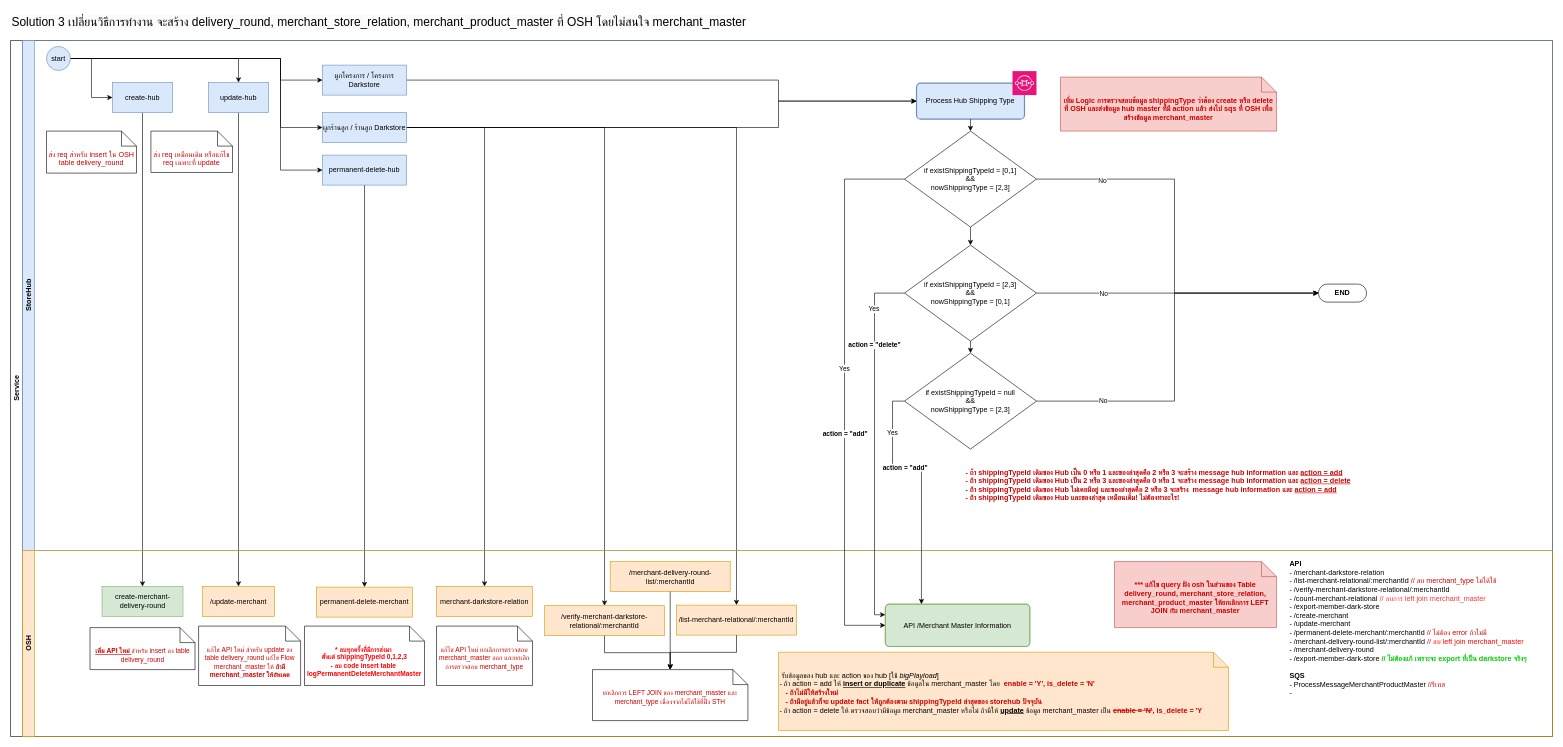
Above: page "หน้า-2" (2 of 2) of Flow-การส่งข้อมูล-merchant-master.drawio in peapong/draw.io-diagrams (draw.io), before the change. Source tidied: cells renumbered, new cells numbered last; positions are measured from the earlier drawing's top-left corner, leaving out a move shared by most shapes. Both pictures are drawn from the tidied source at 60%, with x=0, y=0 at pixel (10, 10).
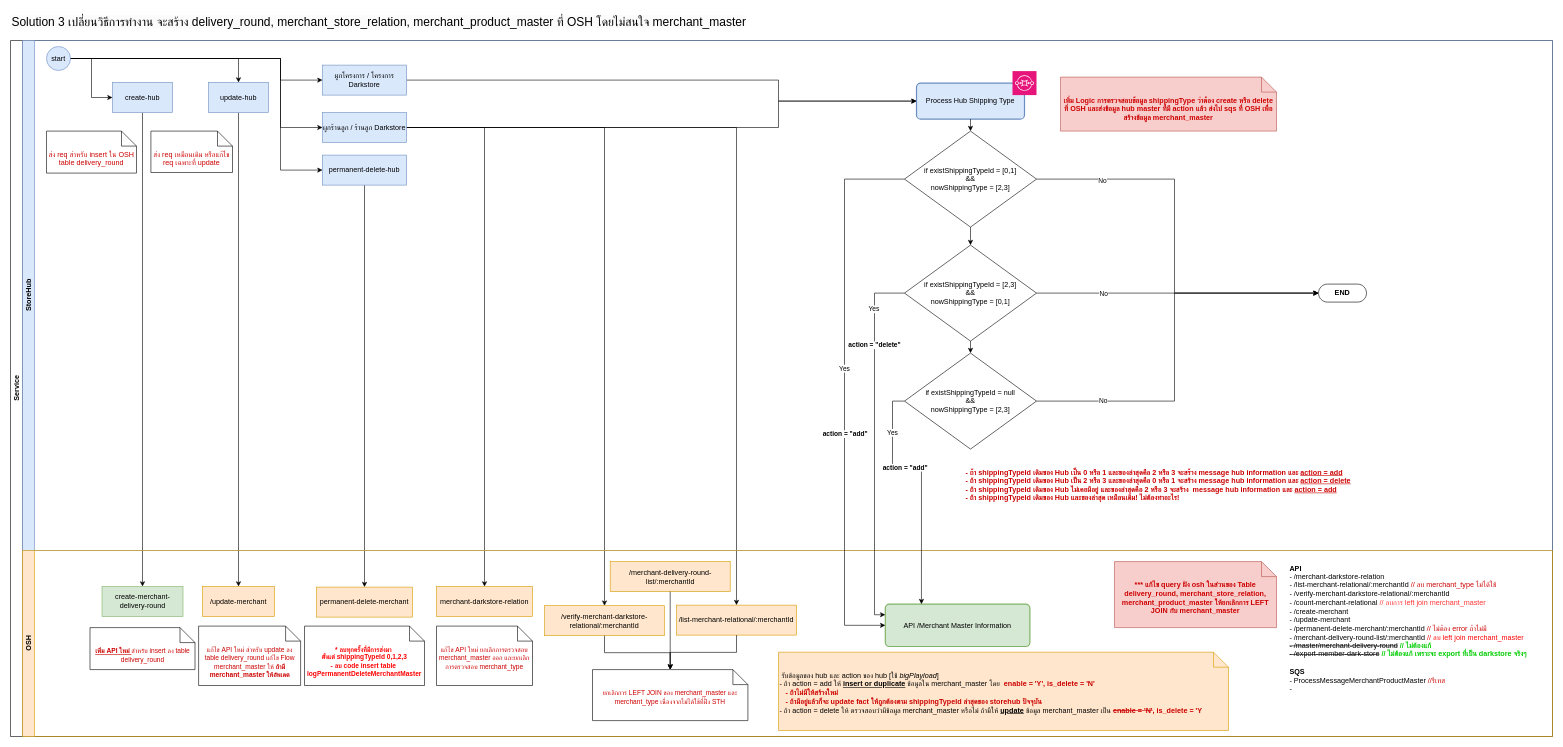
Above is the later version.

Unchanged cells that the change refers to:
```xml
<mxCell id="44" value="OSH" style="swimlane;html=1;startSize=20;horizontal=0;fillColor=#ffe6cc;strokeColor=#d79b00;" parent="3" vertex="1">
  <mxGeometry x="20" y="850" width="2550" height="310" as="geometry" />
</mxCell>
```

Diff of the diagram source:
```diff
@@
-    <mxCell id="50" value="&lt;b&gt;API&lt;/b&gt;&lt;div&gt;- /merchant-darkstore-relation&lt;/div&gt;&lt;div&gt;- /list-merchant-relational/:merchantId &lt;font color=&quot;#cc0000&quot;&gt;// ลบ merchant_type ไม่ได้ใช้&lt;/font&gt;&lt;/div&gt;&lt;div&gt;-&amp;nbsp;/verify-merchant-darkstore-relational/:merchantId&lt;/div&gt;&lt;div&gt;-&amp;nbsp;/count-merchant-relational &lt;font color=&quot;#ff3333&quot;&gt;// ลบการ left join merchant_master&lt;/font&gt;&lt;/div&gt;&lt;div&gt;- /export-member-dark-store&lt;br&gt;&lt;/div&gt;&lt;div&gt;- /create-merchant&lt;/div&gt;&lt;div&gt;- /update-merchant&lt;/div&gt;&lt;div&gt;-&amp;nbsp;/permanent-delete-merchant/:merchantId &lt;font color=&quot;#cc0000&quot;&gt;// ไม่ต้อง error ถ้าไม่มี&lt;/font&gt;&lt;/div&gt;&lt;div&gt;-&amp;nbsp;/merchant-delivery-round-list/:merchantId &lt;font color=&quot;#ff0000&quot;&gt;// ลบ left join merchant_master&lt;/font&gt;&lt;/div&gt;&lt;div&gt;-&amp;nbsp;/merchant-delivery-round&lt;/div&gt;&lt;div&gt;-&amp;nbsp;/export-member-dark-store&lt;font color=&quot;#00cc00&quot;&gt;&lt;b&gt; // ไม่ต้องแก้ เพราะจะ export ที่เป็น darkstore จริงๆ&lt;/b&gt;&lt;/font&gt;&lt;/div&gt;&lt;div&gt;&lt;br&gt;&lt;/div&gt;&lt;div&gt;&lt;b&gt;SQS&lt;/b&gt;&lt;/div&gt;&lt;div&gt;-&amp;nbsp;&lt;span style=&quot;background-color: initial;&quot;&gt;ProcessMessageMerchantProductMaster &lt;font color=&quot;#cc0000&quot;&gt;//รีเทส&lt;/font&gt;&lt;/span&gt;&lt;/div&gt;&lt;div&gt;-&amp;nbsp;&lt;/div&gt;" style="text;html=1;align=left;verticalAlign=middle;whiteSpace=wrap;rounded=0;" parent="44" vertex="1">
+    <mxCell id="50" value="&lt;b&gt;API&lt;/b&gt;&lt;div&gt;- /merchant-darkstore-relation&lt;/div&gt;&lt;div&gt;- /list-merchant-relational/:merchantId &lt;font color=&quot;#cc0000&quot;&gt;// ลบ merchant_type ไม่ได้ใช้&lt;/font&gt;&lt;/div&gt;&lt;div&gt;-&amp;nbsp;/verify-merchant-darkstore-relational/:merchantId&lt;/div&gt;&lt;div&gt;-&amp;nbsp;/count-merchant-relational &lt;font style=&quot;&quot; color=&quot;#ff3333&quot;&gt;// ลบการ left join merchant_master&lt;/font&gt;&lt;/div&gt;&lt;div&gt;- /create-merchant&lt;/div&gt;&lt;div&gt;- /update-merchant&lt;/div&gt;&lt;div&gt;-&amp;nbsp;/permanent-delete-merchant/:merchantId &lt;font color=&quot;#cc0000&quot;&gt;// ไม่ต้อง error ถ้าไม่มี&lt;/font&gt;&lt;/div&gt;&lt;div&gt;-&amp;nbsp;/merchant-delivery-round-list/:merchantId &lt;font color=&quot;#ff0000&quot;&gt;// ลบ left join merchant_master&lt;/font&gt;&lt;/div&gt;&lt;div&gt;&lt;strike&gt;- /master/merchant-delivery-round&lt;/strike&gt;&lt;b&gt;&lt;font color=&quot;#00cc00&quot;&gt;&amp;nbsp;// ไม่ต้องแก้&lt;/font&gt;&lt;/b&gt;&lt;/div&gt;&lt;div&gt;&lt;strike&gt;-&amp;nbsp;/export-member-dark-store&lt;/strike&gt;&lt;font color=&quot;#00cc00&quot;&gt;&lt;b&gt; // ไม่ต้องแก้ เพราะจะ export ที่เป็น darkstore จริงๆ&lt;/b&gt;&lt;/font&gt;&lt;/div&gt;&lt;div&gt;&lt;br&gt;&lt;/div&gt;&lt;div&gt;&lt;b&gt;SQS&lt;/b&gt;&lt;/div&gt;&lt;div&gt;-&amp;nbsp;&lt;span style=&quot;background-color: initial;&quot;&gt;ProcessMessageMerchantProductMaster &lt;font color=&quot;#cc0000&quot;&gt;//รีเทส&lt;/font&gt;&lt;/span&gt;&lt;/div&gt;&lt;div&gt;-&amp;nbsp;&lt;/div&gt;" style="text;html=1;align=left;verticalAlign=middle;whiteSpace=wrap;rounded=0;" parent="44" vertex="1">
       <mxGeometry x="2110" width="440" height="259" as="geometry" />
     </mxCell>
```
